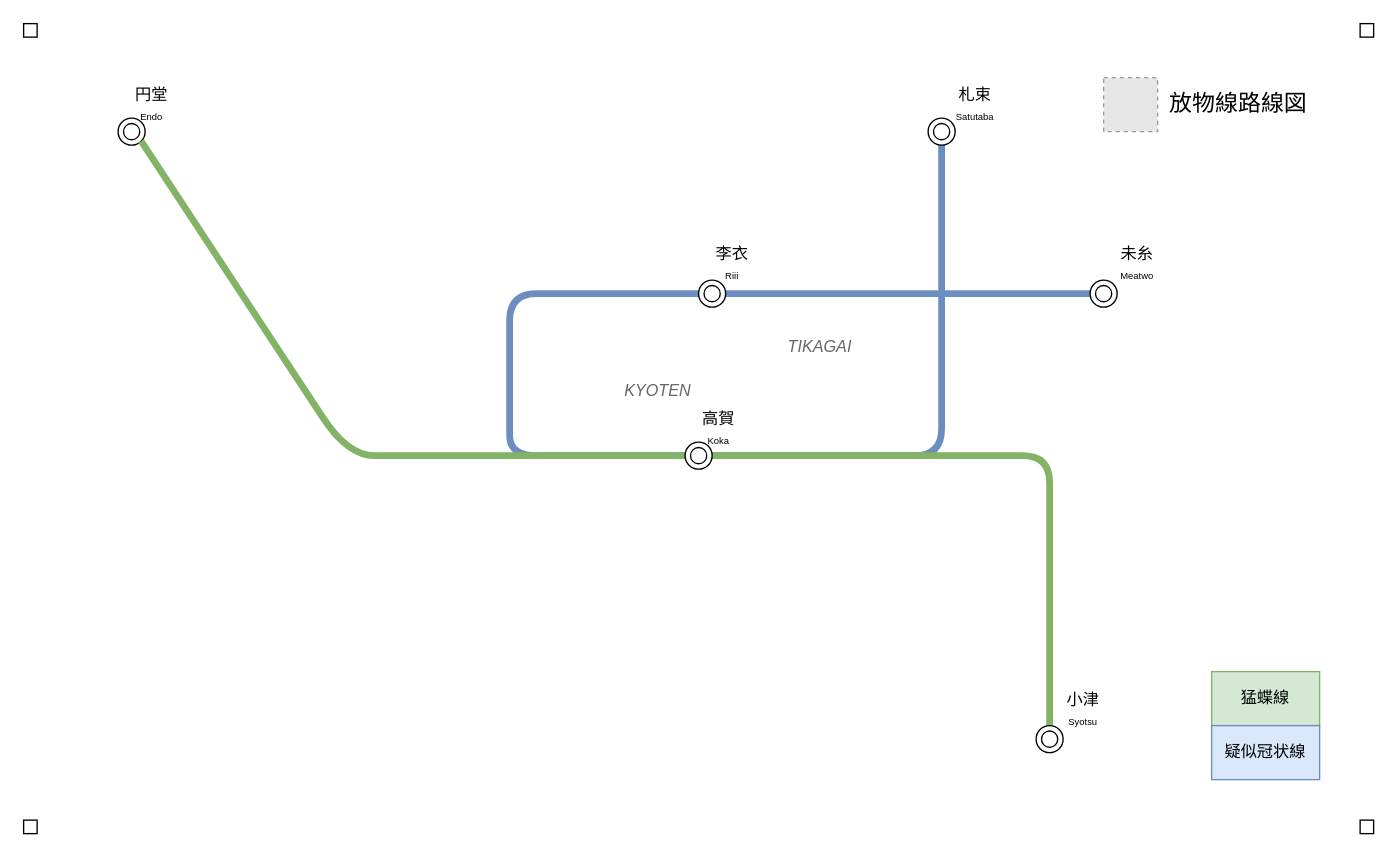
This is page "Page-9" (11 of 11) of 放物.drawio from chainsawsteel1/drawio-files, a draw.io file, before an edit. Source tidied: cells renumbered, new cells numbered last; positions are measured from the earlier drawing's top-left corner, leaving out a move shared by most shapes. Both pictures are drawn from the tidied source at 135%, with x=0, y=0 at pixel (23, 23). Pictures stored in the file or linked from it are replaced by grey dashed boxes.
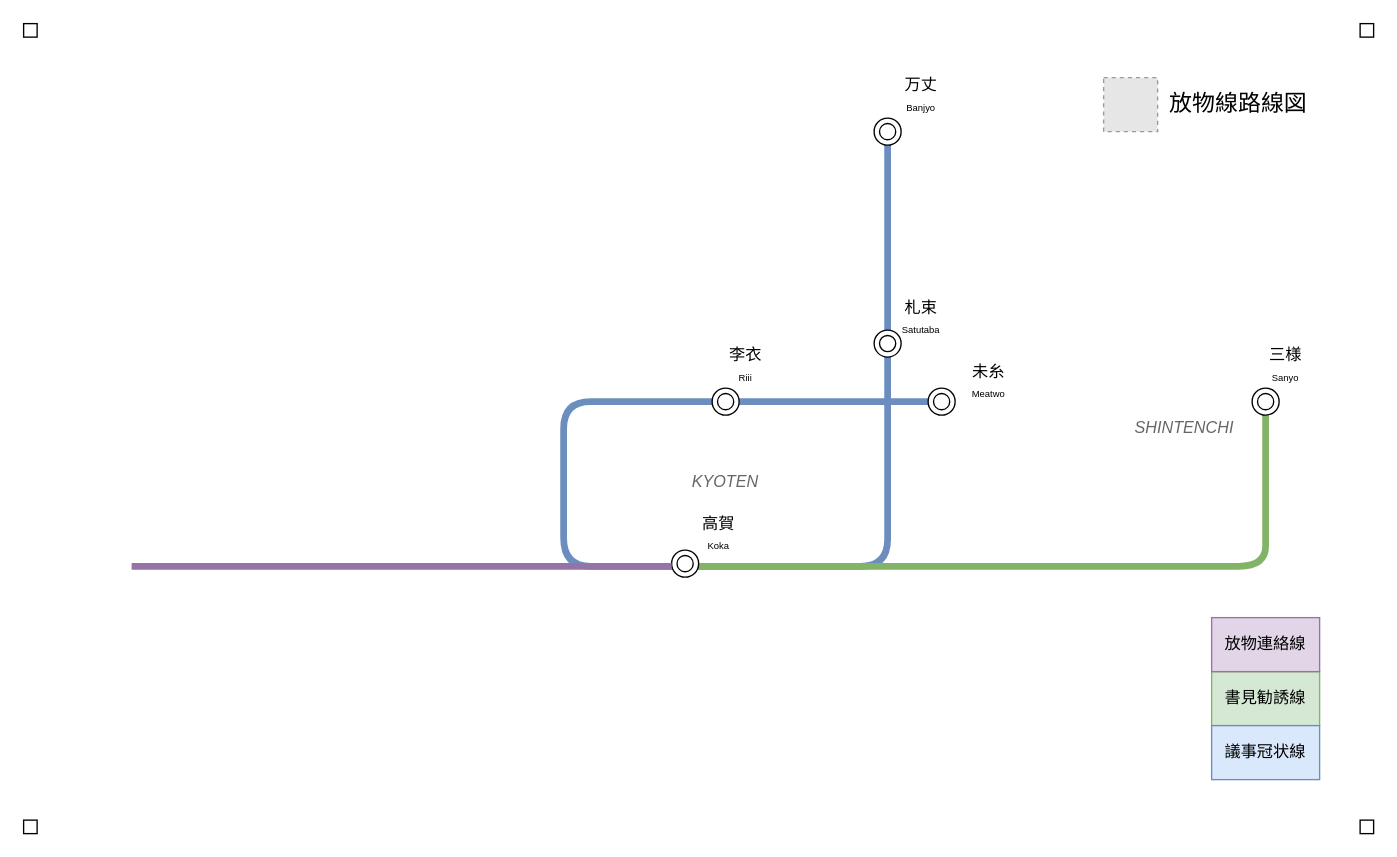
After the change.

Commit message:
放物.drawio を更新します

Diff of the diagram source:
```diff
@@
-    <mxCell id="2" style="endArrow=none;html=1;rounded=0;fillColor=#dae8fc;strokeColor=#6c8ebf;strokeWidth=5;curved=1;" parent="1" edge="1" source="17" target="18">
-      <mxGeometry relative="1" as="geometry">
-        <Array as="points">
-          <mxPoint x="400" y="200" />
-          <mxPoint x="360" y="200" />
-          <mxPoint x="360" y="240" />
-          <mxPoint x="360" y="290" />
-          <mxPoint x="360" y="320" />
-          <mxPoint x="400" y="320" />
-          <mxPoint x="640" y="320" />
-          <mxPoint x="680" y="320" />
-          <mxPoint x="680" y="280" />
-        </Array>
-      </mxGeometry>
-    </mxCell>
+    <mxCell id="27" style="endArrow=none;html=1;rounded=0;fillColor=#dae8fc;strokeColor=#6c8ebf;strokeWidth=5;curved=1;entryX=0;entryY=0.5;entryDx=0;entryDy=0;" parent="1" edge="1" target="17">
+      <mxGeometry relative="1" as="geometry">
+        <mxPoint x="640" y="80" as="sourcePoint" />
+        <Array as="points">
+          <mxPoint x="640" y="362" />
+          <mxPoint x="640" y="402" />
+          <mxPoint x="600" y="402" />
+          <mxPoint x="440" y="402" />
+          <mxPoint x="400" y="402" />
+          <mxPoint x="400" y="360" />
+          <mxPoint x="400" y="310" />
+          <mxPoint x="400" y="320" />
+          <mxPoint x="400" y="280" />
+          <mxPoint x="440" y="280" />
+          <mxPoint x="450" y="280" />
+        </Array>
+      </mxGeometry>
+    </mxCell>
+    <mxCell id="28" style="endArrow=none;html=1;rounded=0;fillColor=#d5e8d4;strokeColor=#82b366;strokeWidth=5;curved=1;" parent="1" edge="1">
+      <mxGeometry relative="1" as="geometry">
+        <mxPoint x="920" y="282" as="sourcePoint" />
+        <mxPoint x="490" y="402" as="targetPoint" />
+        <Array as="points">
+          <mxPoint x="920" y="372" />
+          <mxPoint x="920" y="402" />
+          <mxPoint x="880" y="402" />
+        </Array>
+      </mxGeometry>
+    </mxCell>
     <mxCell id="3" style="ellipse;shape=doubleEllipse;whiteSpace=wrap;html=1;" parent="1" vertex="1">
-      <mxGeometry x="70" y="70" width="20" height="20" as="geometry" />
+      <mxGeometry x="630" y="70" width="20" height="20" as="geometry" />
     </mxCell>
-    <mxCell id="4" value="猛蝶線" style="text;html=1;align=center;verticalAlign=middle;whiteSpace=wrap;rounded=0;fillColor=#d5e8d4;strokeColor=#82b366;" parent="1" vertex="1">
+    <mxCell id="4" value="書見勧誘線" style="text;html=1;align=center;verticalAlign=middle;whiteSpace=wrap;rounded=0;fillColor=#d5e8d4;strokeColor=#82b366;" parent="1" vertex="1">
       <mxGeometry x="880" y="480" width="80" height="40" as="geometry" />
     </mxCell>
@@
-    <mxCell id="10" style="endArrow=none;html=1;rounded=0;fillColor=#d5e8d4;strokeColor=#82b366;strokeWidth=5;curved=1;entryX=1;entryY=1;entryDx=0;entryDy=0;" parent="1" edge="1" target="3">
-      <mxGeometry relative="1" as="geometry">
-        <mxPoint x="760" y="520" as="sourcePoint" />
-        <Array as="points">
-          <mxPoint x="760" y="360" />
-          <mxPoint x="760" y="320" />
-          <mxPoint x="720" y="320" />
-          <mxPoint x="280" y="320" />
-          <mxPoint x="240" y="320" />
-          <mxPoint x="202.9" y="262.9" />
-        </Array>
-      </mxGeometry>
-    </mxCell>
     <mxCell id="11" value="&lt;font color=&quot;#666666&quot;&gt;&lt;i&gt;KYOTEN&lt;/i&gt;&lt;/font&gt;" style="text;html=1;align=center;verticalAlign=middle;whiteSpace=wrap;rounded=0;" parent="1" vertex="1">
-      <mxGeometry x="430" y="262" width="80" height="20" as="geometry" />
+      <mxGeometry x="480" y="330" width="80" height="20" as="geometry" />
     </mxCell>
-    <mxCell id="12" value="疑似冠状線" style="text;html=1;align=center;verticalAlign=middle;whiteSpace=wrap;rounded=0;fillColor=#dae8fc;strokeColor=#6c8ebf;" parent="1" vertex="1">
+    <mxCell id="12" value="議事冠状線" style="text;html=1;align=center;verticalAlign=middle;whiteSpace=wrap;rounded=0;fillColor=#dae8fc;strokeColor=#6c8ebf;" parent="1" vertex="1">
       <mxGeometry x="880" y="520" width="80" height="40" as="geometry" />
     </mxCell>
     <mxCell id="13" style="ellipse;shape=doubleEllipse;whiteSpace=wrap;html=1;" parent="1" vertex="1">
-      <mxGeometry x="750" y="520" width="20" height="20" as="geometry" />
+      <mxGeometry x="480" y="390" width="20" height="20" as="geometry" />
     </mxCell>
-    <mxCell id="14" value="&lt;div&gt;円堂&lt;/div&gt;&lt;div&gt;&lt;font style=&quot;font-size: 7px;&quot;&gt;Endo&lt;/font&gt;&lt;br&gt;&lt;/div&gt;" style="text;html=1;align=center;verticalAlign=middle;whiteSpace=wrap;rounded=0;" parent="1" vertex="1">
-      <mxGeometry x="60" y="42.5" width="70" height="35" as="geometry" />
+    <mxCell id="14" value="&lt;div&gt;三様&lt;br&gt;&lt;/div&gt;&lt;div&gt;&lt;font style=&quot;font-size: 7px;&quot;&gt;Sanyo&lt;/font&gt;&lt;br&gt;&lt;/div&gt;" style="text;html=1;align=center;verticalAlign=middle;whiteSpace=wrap;rounded=0;" parent="1" vertex="1">
+      <mxGeometry x="900" y="235" width="70" height="35" as="geometry" />
     </mxCell>
-    <mxCell id="15" style="ellipse;shape=doubleEllipse;whiteSpace=wrap;html=1;" parent="1" vertex="1">
-      <mxGeometry x="490" y="310" width="20" height="20" as="geometry" />
-    </mxCell>
-    <mxCell id="16" style="endArrow=none;html=1;rounded=0;fillColor=#dae8fc;strokeColor=#6c8ebf;strokeWidth=5;curved=1;" parent="1" edge="1" target="17">
-      <mxGeometry relative="1" as="geometry">
-        <mxPoint x="800" y="200" as="sourcePoint" />
-      </mxGeometry>
+    <mxCell id="16" style="endArrow=none;html=1;rounded=0;fillColor=#dae8fc;strokeColor=#6c8ebf;strokeWidth=5;curved=1;exitX=0;exitY=0.5;exitDx=0;exitDy=0;" parent="1" edge="1" source="19" target="17">
+      <mxGeometry relative="1" as="geometry" />
     </mxCell>
     <mxCell id="17" style="ellipse;shape=doubleEllipse;whiteSpace=wrap;html=1;" parent="1" vertex="1">
-      <mxGeometry x="500" y="190" width="20" height="20" as="geometry" />
+      <mxGeometry x="510" y="270" width="20" height="20" as="geometry" />
     </mxCell>
     <mxCell id="18" style="ellipse;shape=doubleEllipse;whiteSpace=wrap;html=1;" parent="1" vertex="1">
-      <mxGeometry x="670" y="70" width="20" height="20" as="geometry" />
+      <mxGeometry x="630" y="227" width="20" height="20" as="geometry" />
     </mxCell>
     <mxCell id="19" style="ellipse;shape=doubleEllipse;whiteSpace=wrap;html=1;" parent="1" vertex="1">
-      <mxGeometry x="790" y="190" width="20" height="20" as="geometry" />
+      <mxGeometry x="670" y="270" width="20" height="20" as="geometry" />
     </mxCell>
     <mxCell id="20" value="&lt;div&gt;高賀&lt;br&gt;&lt;/div&gt;&lt;div&gt;&lt;font style=&quot;font-size: 7px;&quot;&gt;Koka&lt;/font&gt;&lt;br&gt;&lt;/div&gt;" style="text;html=1;align=center;verticalAlign=middle;whiteSpace=wrap;rounded=0;" parent="1" vertex="1">
-      <mxGeometry x="480" y="282" width="70" height="35" as="geometry" />
+      <mxGeometry x="480" y="360" width="70" height="35" as="geometry" />
     </mxCell>
     <mxCell id="21" value="&lt;div&gt;札束&lt;/div&gt;&lt;div&gt;&lt;font style=&quot;font-size: 7px;&quot;&gt;Satutaba&lt;/font&gt;&lt;br&gt;&lt;/div&gt;" style="text;html=1;align=center;verticalAlign=middle;whiteSpace=wrap;rounded=0;" parent="1" vertex="1">
-      <mxGeometry x="670" y="42.5" width="70" height="35" as="geometry" />
+      <mxGeometry x="630" y="200" width="70" height="35" as="geometry" />
     </mxCell>
-    <mxCell id="22" value="&lt;div&gt;小津&lt;br&gt;&lt;/div&gt;&lt;div&gt;&lt;font style=&quot;font-size: 7px;&quot;&gt;Syotsu&lt;/font&gt;&lt;br&gt;&lt;/div&gt;" style="text;html=1;align=center;verticalAlign=middle;whiteSpace=wrap;rounded=0;" parent="1" vertex="1">
-      <mxGeometry x="750" y="490" width="70" height="35" as="geometry" />
+    <mxCell id="22" value="&lt;div&gt;万丈&lt;br&gt;&lt;/div&gt;&lt;div&gt;&lt;font style=&quot;font-size: 7px;&quot;&gt;Banjyo&lt;/font&gt;&lt;br&gt;&lt;/div&gt;" style="text;html=1;align=center;verticalAlign=middle;whiteSpace=wrap;rounded=0;" parent="1" vertex="1">
+      <mxGeometry x="630" y="35" width="70" height="35" as="geometry" />
     </mxCell>
     <mxCell id="23" value="&lt;div&gt;李衣&lt;/div&gt;&lt;div&gt;&lt;font style=&quot;font-size: 7px;&quot;&gt;Riii&lt;/font&gt;&lt;br&gt;&lt;/div&gt;" style="text;html=1;align=center;verticalAlign=middle;whiteSpace=wrap;rounded=0;" parent="1" vertex="1">
-      <mxGeometry x="490" y="160" width="70" height="35" as="geometry" />
+      <mxGeometry x="500" y="235" width="70" height="35" as="geometry" />
     </mxCell>
     <mxCell id="24" value="&lt;div&gt;未糸&lt;/div&gt;&lt;div&gt;&lt;font style=&quot;font-size: 7px;&quot;&gt;Meatwo&lt;/font&gt;&lt;br&gt;&lt;/div&gt;" style="text;html=1;align=center;verticalAlign=middle;whiteSpace=wrap;rounded=0;" parent="1" vertex="1">
-      <mxGeometry x="790" y="160" width="70" height="35" as="geometry" />
+      <mxGeometry x="680" y="247" width="70" height="35" as="geometry" />
     </mxCell>
@@
-    <mxCell id="26" value="&lt;font color=&quot;#666666&quot;&gt;&lt;i&gt;TIKAGAI&lt;/i&gt;&lt;/font&gt;" style="text;html=1;align=center;verticalAlign=middle;whiteSpace=wrap;rounded=0;" parent="1" vertex="1">
-      <mxGeometry x="550" y="230" width="80" height="20" as="geometry" />
+    <mxCell id="26" value="&lt;font color=&quot;#666666&quot;&gt;&lt;i&gt;SHINTENCHI&lt;/i&gt;&lt;/font&gt;" style="text;html=1;align=center;verticalAlign=middle;whiteSpace=wrap;rounded=0;" parent="1" vertex="1">
+      <mxGeometry x="820" y="290" width="80" height="20" as="geometry" />
     </mxCell>
+    <mxCell id="29" style="ellipse;shape=doubleEllipse;whiteSpace=wrap;html=1;" parent="1" vertex="1">
+      <mxGeometry x="910" y="270" width="20" height="20" as="geometry" />
+    </mxCell>
+    <mxCell id="30" style="endArrow=none;html=1;rounded=0;fillColor=#e1d5e7;strokeColor=#9673a6;strokeWidth=5;curved=1;" parent="1" edge="1">
+      <mxGeometry relative="1" as="geometry">
+        <mxPoint x="480" y="402" as="sourcePoint" />
+        <mxPoint x="80" y="402" as="targetPoint" />
+        <Array as="points">
+          <mxPoint x="430" y="402" />
+          <mxPoint x="390" y="402" />
+        </Array>
+      </mxGeometry>
+    </mxCell>
+    <mxCell id="31" value="放物連絡線" style="text;html=1;align=center;verticalAlign=middle;whiteSpace=wrap;rounded=0;fillColor=#e1d5e7;strokeColor=#9673a6;" parent="1" vertex="1">
+      <mxGeometry x="880" y="440" width="80" height="40" as="geometry" />
+    </mxCell>
```
